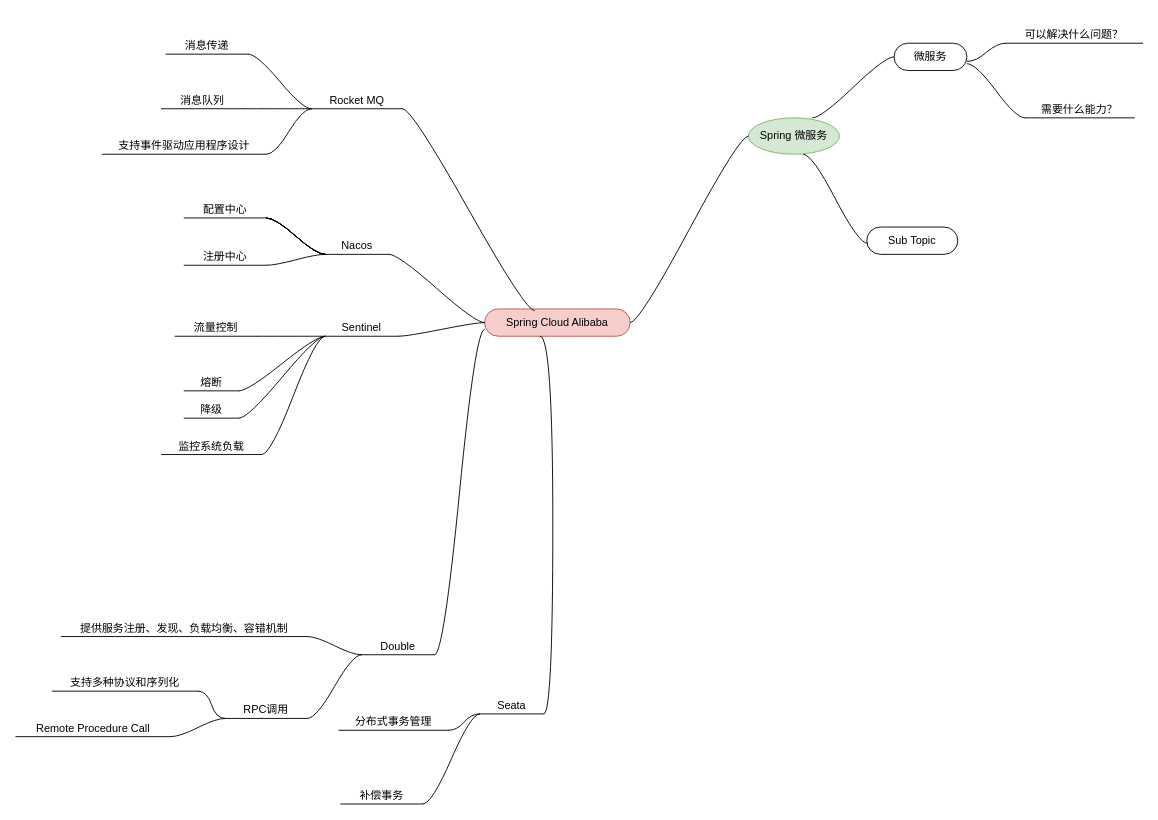
Before: Spring-生态微服务体系.drawio in XiongZen/QJReconstitution, a draw.io diagram. Source tidied: cells renumbered, new cells numbered last; positions are measured from the earlier drawing's top-left corner, leaving out a move shared by most shapes. Both pictures are drawn from the tidied source at 91%, with x=0, y=0 at pixel (15, 15).
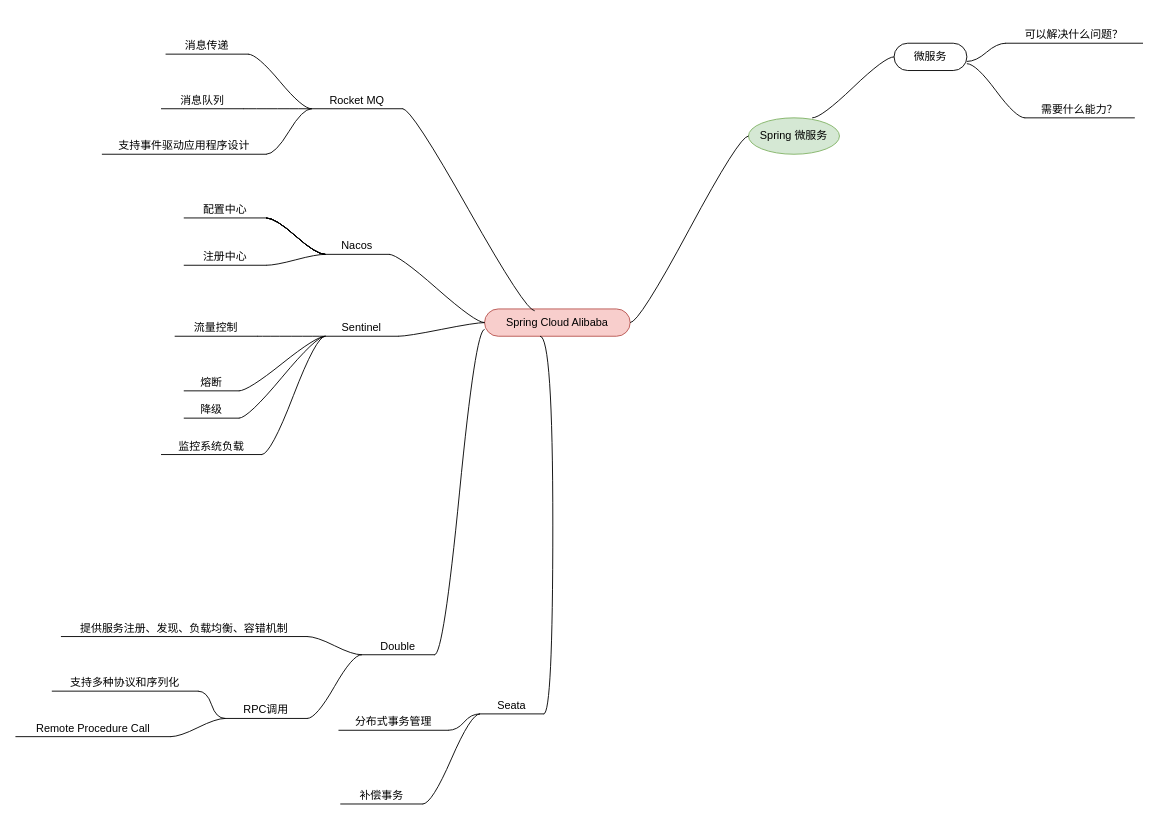
The same diagram, later.

Commit message (it also covers changes not shown here):
Update Spring-生态微服务体系.drawio

Change to the diagram source:
```diff
@@
-    <mxCell id="3" value="Sub Topic" style="whiteSpace=wrap;html=1;rounded=1;arcSize=50;align=center;verticalAlign=middle;strokeWidth=1;spacing=4;newEdgeStyle={&quot;edgeStyle&quot;:&quot;entityRelationEdgeStyle&quot;,&quot;startArrow&quot;:&quot;none&quot;,&quot;endArrow&quot;:&quot;none&quot;,&quot;segment&quot;:10,&quot;curved&quot;:1,&quot;sourcePerimeterSpacing&quot;:0,&quot;targetPerimeterSpacing&quot;:0};" parent="1" vertex="1">
-      <mxGeometry x="935" y="232" width="100" height="30" as="geometry" />
-    </mxCell>
-    <mxCell id="4" style="edgeStyle=entityRelationEdgeStyle;startArrow=none;endArrow=none;segment=10;curved=1;sourcePerimeterSpacing=0;targetPerimeterSpacing=0;rounded=0;exitX=0.69;exitY=0.875;exitDx=0;exitDy=0;exitPerimeter=0;" parent="1" edge="1">
-      <mxGeometry relative="1" as="geometry">
-        <mxPoint x="865" y="152" as="sourcePoint" />
-        <mxPoint x="936" y="250" as="targetPoint" />
-      </mxGeometry>
-    </mxCell>
```
